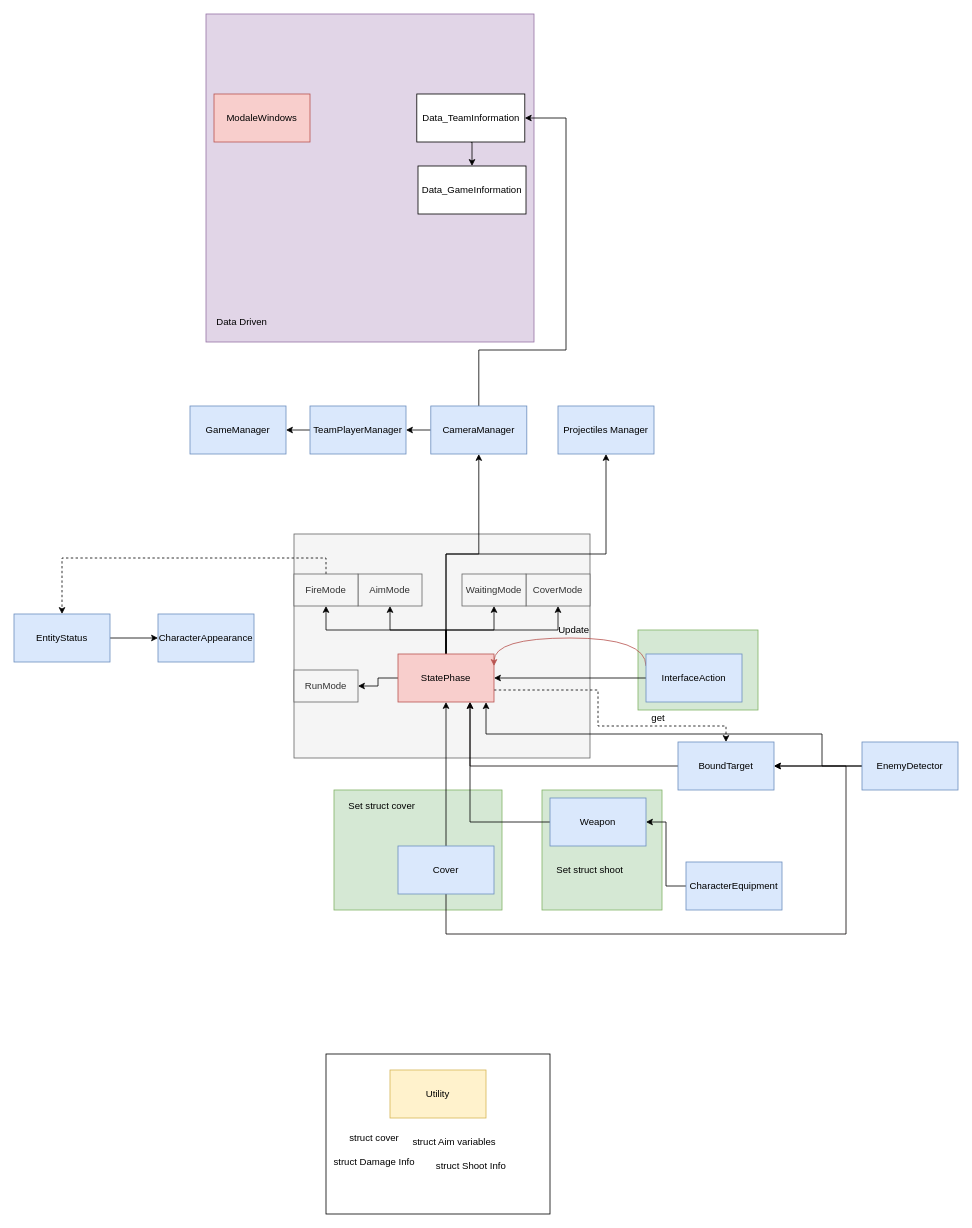
This is Draw io/Cover and Fire programing scheme.drawio from ludoxe/Cover-and-Fire, a draw.io file, before an edit. Source tidied: cells renumbered, new cells numbered last; positions are measured from the earlier drawing's top-left corner, leaving out a move shared by most shapes. Both pictures are drawn from the tidied source at 80%, with x=0, y=0 at pixel (14, 14).
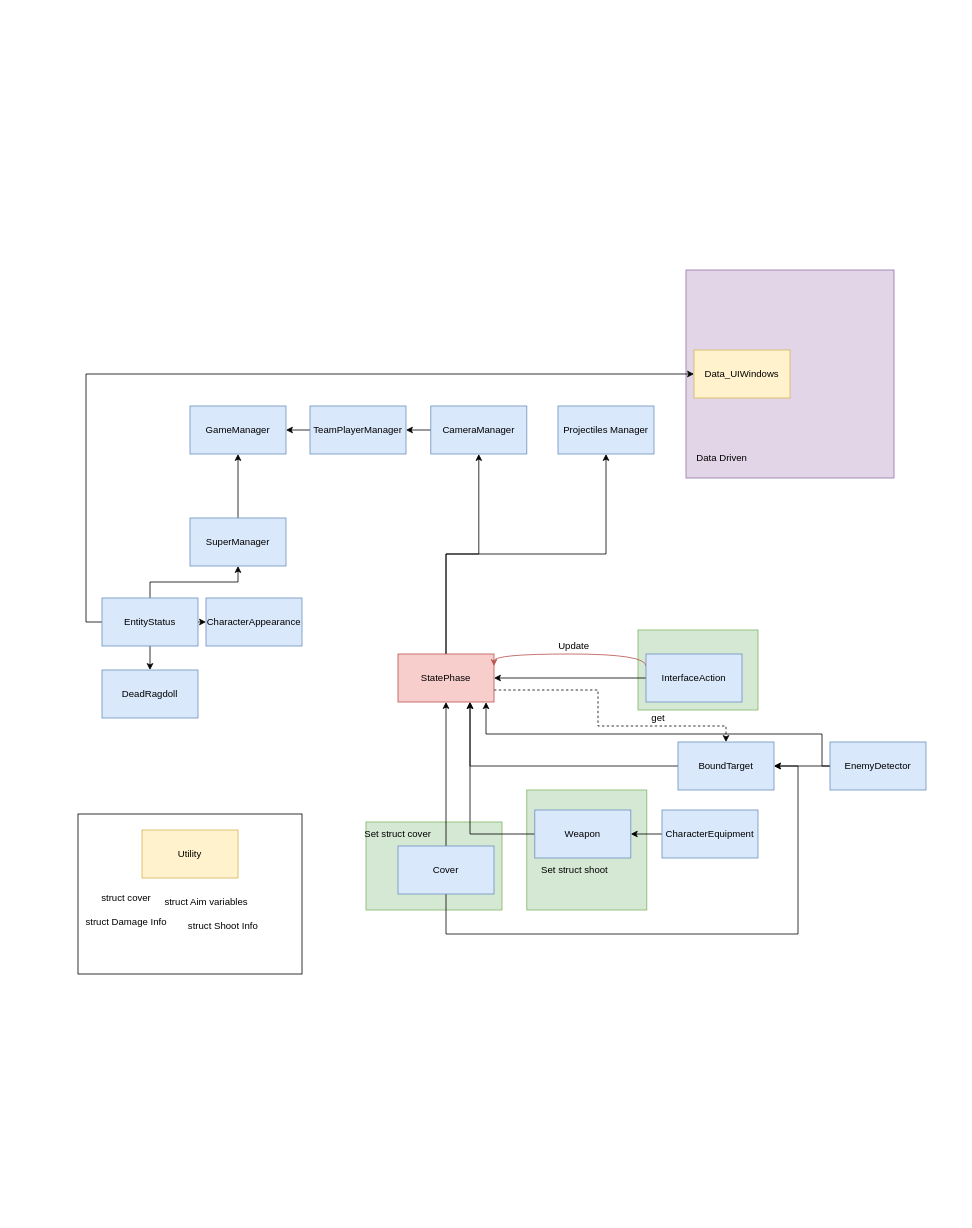
The same diagram, later.

The change refers to these unchanged cells:
```xml
<mxCell id="15" value="StatePhase" style="rounded=0;whiteSpace=wrap;html=1;fillColor=#f8cecc;strokeColor=#b85450;" parent="1" vertex="1">
  <mxGeometry x="480" y="800" width="120" height="60" as="geometry" />
</mxCell>
<mxCell id="18" value="Cover" style="rounded=0;whiteSpace=wrap;html=1;fillColor=#dae8fc;strokeColor=#6c8ebf;" parent="1" vertex="1">
  <mxGeometry x="480" y="1040" width="120" height="60" as="geometry" />
</mxCell>
<mxCell id="21" value="InterfaceAction" style="rounded=0;whiteSpace=wrap;html=1;fillColor=#dae8fc;strokeColor=#6c8ebf;" parent="1" vertex="1">
  <mxGeometry x="790" y="800" width="120" height="60" as="geometry" />
</mxCell>
<mxCell id="38" value="BoundTarget" style="whiteSpace=wrap;html=1;fillColor=#dae8fc;strokeColor=#6c8ebf;" parent="1" vertex="1">
  <mxGeometry x="830" y="910" width="120" height="60" as="geometry" />
</mxCell>
<mxCell id="49" value="GameManager" style="whiteSpace=wrap;html=1;fillColor=#dae8fc;strokeColor=#6c8ebf;" parent="1" vertex="1">
  <mxGeometry x="220" y="490" width="120" height="60" as="geometry" />
</mxCell>
<mxCell id="55" value="CameraManager" style="whiteSpace=wrap;html=1;fillColor=#dae8fc;strokeColor=#6c8ebf;" parent="1" vertex="1">
  <mxGeometry x="521" y="490" width="120" height="60" as="geometry" />
</mxCell>
```

The edit, as a diff of the source:
```diff
@@
     <mxCell id="2" style="whiteSpace=wrap;html=1;fillColor=#e1d5e7;strokeColor=#9673a6;" parent="1" vertex="1">
-      <mxGeometry x="240" width="410" height="410" as="geometry" />
+      <mxGeometry x="840" y="320" width="260" height="260" as="geometry" />
     </mxCell>
     <mxCell id="3" style="whiteSpace=wrap;html=1;fillColor=#d5e8d4;strokeColor=#82b366;" parent="1" vertex="1">
-      <mxGeometry x="660" y="970" width="150" height="150" as="geometry" />
+      <mxGeometry x="641" y="970" width="150" height="150" as="geometry" />
     </mxCell>
@@
     <mxCell id="5" style="rounded=0;whiteSpace=wrap;html=1;fillColor=#d5e8d4;strokeColor=#82b366;" parent="1" vertex="1">
-      <mxGeometry x="400" y="970" width="210" height="150" as="geometry" />
+      <mxGeometry x="440" y="1010" width="170" height="110" as="geometry" />
     </mxCell>
-    <mxCell id="6" style="rounded=0;whiteSpace=wrap;html=1;fillColor=#f5f5f5;fontColor=#333333;strokeColor=#666666;" parent="1" vertex="1">
-      <mxGeometry x="350" y="650" width="370" height="280" as="geometry" />
-    </mxCell>
-    <mxCell id="7" style="edgeStyle=orthogonalEdgeStyle;rounded=0;jettySize=auto;html=1;exitX=0.5;exitY=0;exitDx=0;exitDy=0;entryX=0.5;entryY=1;entryDx=0;entryDy=0;" parent="1" edge="1" source="15" target="22">
-      <mxGeometry relative="1" as="geometry" />
-    </mxCell>
-    <mxCell id="8" style="edgeStyle=orthogonalEdgeStyle;rounded=0;jettySize=auto;html=1;exitX=0.5;exitY=0;exitDx=0;exitDy=0;entryX=0.5;entryY=1;entryDx=0;entryDy=0;" parent="1" edge="1" source="15" target="24">
-      <mxGeometry relative="1" as="geometry" />
-    </mxCell>
-    <mxCell id="9" style="edgeStyle=orthogonalEdgeStyle;rounded=0;jettySize=auto;html=1;exitX=0.5;exitY=0;exitDx=0;exitDy=0;entryX=0.5;entryY=1;entryDx=0;entryDy=0;" parent="1" edge="1" source="15" target="28">
-      <mxGeometry relative="1" as="geometry" />
-    </mxCell>
-    <mxCell id="10" style="edgeStyle=orthogonalEdgeStyle;rounded=0;jettySize=auto;html=1;exitX=0.5;exitY=0;exitDx=0;exitDy=0;entryX=0.5;entryY=1;entryDx=0;entryDy=0;" parent="1" edge="1" source="15" target="39">
-      <mxGeometry relative="1" as="geometry" />
-    </mxCell>
@@
-    <mxCell id="12" style="edgeStyle=orthogonalEdgeStyle;rounded=0;jettySize=auto;html=1;entryX=1;entryY=0.5;entryDx=0;entryDy=0;" parent="1" edge="1" source="15" target="56">
-      <mxGeometry relative="1" as="geometry" />
-    </mxCell>
@@
     <mxCell id="17" style="edgeStyle=orthogonalEdgeStyle;rounded=0;jettySize=auto;html=1;exitX=0.5;exitY=1;exitDx=0;exitDy=0;entryX=1;entryY=0.5;entryDx=0;entryDy=0;strokeColor=#080303;" parent="1" edge="1" source="18" target="38">
       <mxGeometry relative="1" as="geometry">
         <Array as="points">
           <mxPoint x="540" y="1150" />
-          <mxPoint x="1040" y="1150" />
-          <mxPoint x="1040" y="940" />
+          <mxPoint x="980" y="1150" />
+          <mxPoint x="980" y="940" />
         </Array>
       </mxGeometry>
     </mxCell>
@@
     <mxCell id="20" style="edgeStyle=orthogonalEdgeStyle;jettySize=auto;html=1;exitX=0;exitY=0.25;exitDx=0;exitDy=0;entryX=1;entryY=0.25;entryDx=0;entryDy=0;strokeColor=#b85450;curved=1;fillColor=#f8cecc;" parent="1" edge="1" source="21" target="15">
       <mxGeometry relative="1" as="geometry">
         <Array as="points">
-          <mxPoint x="790" y="780" />
-          <mxPoint x="600" y="780" />
+          <mxPoint x="790" y="800" />
+          <mxPoint x="600" y="800" />
         </Array>
       </mxGeometry>
     </mxCell>
@@
-    <mxCell id="22" value="AimMode" style="rounded=0;whiteSpace=wrap;html=1;fillColor=#f5f5f5;strokeColor=#666666;fontColor=#333333;" parent="1" vertex="1">
-      <mxGeometry x="430" y="700" width="80" height="40" as="geometry" />
-    </mxCell>
-    <mxCell id="23" style="edgeStyle=orthogonalEdgeStyle;rounded=0;jettySize=auto;html=1;exitX=0.5;exitY=0;exitDx=0;exitDy=0;dashed=1;entryX=0.5;entryY=0;entryDx=0;entryDy=0;" parent="1" edge="1" source="24" target="42">
-      <mxGeometry relative="1" as="geometry" />
-    </mxCell>
-    <mxCell id="24" value="FireMode" style="rounded=0;whiteSpace=wrap;html=1;fillColor=#f5f5f5;strokeColor=#666666;fontColor=#333333;" parent="1" vertex="1">
-      <mxGeometry x="350" y="700" width="80" height="40" as="geometry" />
-    </mxCell>
     <mxCell id="25" value="Update" style="text;html=1;strokeColor=none;fillColor=none;align=center;verticalAlign=middle;whiteSpace=wrap;rounded=0;" parent="1" vertex="1">
-      <mxGeometry x="680" y="760" width="40" height="20" as="geometry" />
+      <mxGeometry x="680" y="780" width="40" height="20" as="geometry" />
     </mxCell>
     <mxCell id="26" value="Set struct cover" style="text;html=1;strokeColor=none;fillColor=none;align=center;verticalAlign=middle;whiteSpace=wrap;rounded=0;" parent="1" vertex="1">
-      <mxGeometry x="410" y="980" width="100" height="20" as="geometry" />
+      <mxGeometry x="430" y="1015" width="100" height="20" as="geometry" />
     </mxCell>
@@
-    <mxCell id="28" value="CoverMode" style="whiteSpace=wrap;html=1;fillColor=#f5f5f5;strokeColor=#666666;fontColor=#333333;" parent="1" vertex="1">
-      <mxGeometry x="640" y="700" width="80" height="40" as="geometry" />
-    </mxCell>
@@
     <mxCell id="30" value="CharacterEquipment" style="whiteSpace=wrap;html=1;fillColor=#dae8fc;strokeColor=#6c8ebf;" parent="1" vertex="1">
-      <mxGeometry x="840" y="1060" width="120" height="60" as="geometry" />
+      <mxGeometry x="810" y="995" width="120" height="60" as="geometry" />
     </mxCell>
     <mxCell id="31" value="Weapon" style="rounded=0;whiteSpace=wrap;html=1;fillColor=#dae8fc;strokeColor=#6c8ebf;" parent="1" vertex="1">
-      <mxGeometry x="670" y="980" width="120" height="60" as="geometry" />
+      <mxGeometry x="651" y="995" width="120" height="60" as="geometry" />
     </mxCell>
     <mxCell id="32" value="Set struct shoot" style="text;html=1;strokeColor=none;fillColor=none;align=center;verticalAlign=middle;whiteSpace=wrap;rounded=0;" parent="1" vertex="1">
-      <mxGeometry x="670" y="1060" width="100" height="20" as="geometry" />
+      <mxGeometry x="651" y="1060" width="100" height="20" as="geometry" />
     </mxCell>
@@
     <mxCell id="35" value="EnemyDetector" style="whiteSpace=wrap;html=1;fillColor=#dae8fc;strokeColor=#6c8ebf;" parent="1" vertex="1">
-      <mxGeometry x="1060" y="910" width="120" height="60" as="geometry" />
+      <mxGeometry x="1020" y="910" width="120" height="60" as="geometry" />
     </mxCell>
@@
-    <mxCell id="39" value="WaitingMode" style="whiteSpace=wrap;html=1;fillColor=#f5f5f5;strokeColor=#666666;fontColor=#333333;" parent="1" vertex="1">
-      <mxGeometry x="560" y="700" width="80" height="40" as="geometry" />
-    </mxCell>
@@
+    <mxCell id="63" style="edgeStyle=orthogonalEdgeStyle;rounded=0;jettySize=auto;html=1;exitX=0;exitY=0.5;exitDx=0;exitDy=0;entryX=0;entryY=0.5;entryDx=0;entryDy=0;" parent="1" edge="1" source="42" target="59">
+      <mxGeometry relative="1" as="geometry" />
+    </mxCell>
+    <mxCell id="64" style="edgeStyle=orthogonalEdgeStyle;rounded=0;jettySize=auto;html=1;exitX=0.5;exitY=1;exitDx=0;exitDy=0;entryX=0.5;entryY=0;entryDx=0;entryDy=0;" parent="1" edge="1" source="42" target="66">
+      <mxGeometry relative="1" as="geometry" />
+    </mxCell>
+    <mxCell id="65" style="edgeStyle=orthogonalEdgeStyle;rounded=0;jettySize=auto;html=1;exitX=0.5;exitY=0;exitDx=0;exitDy=0;entryX=0.5;entryY=1;entryDx=0;entryDy=0;" parent="1" edge="1" source="42" target="68">
+      <mxGeometry relative="1" as="geometry" />
+    </mxCell>
     <mxCell id="42" value="EntityStatus" style="rounded=0;whiteSpace=wrap;html=1;fillColor=#dae8fc;strokeColor=#6c8ebf;" parent="1" vertex="1">
-      <mxGeometry y="750" width="120" height="60" as="geometry" />
+      <mxGeometry x="110" y="730" width="120" height="60" as="geometry" />
     </mxCell>
     <mxCell id="43" style="rounded=0;whiteSpace=wrap;html=1;" parent="1" vertex="1">
-      <mxGeometry x="390" y="1300" width="280" height="200" as="geometry" />
+      <mxGeometry x="80" y="1000" width="280" height="200" as="geometry" />
     </mxCell>
     <mxCell id="44" value="Utility" style="whiteSpace=wrap;html=1;fillColor=#fff2cc;strokeColor=#d6b656;" parent="1" vertex="1">
-      <mxGeometry x="470" y="1320" width="120" height="60" as="geometry" />
+      <mxGeometry x="160" y="1020" width="120" height="60" as="geometry" />
     </mxCell>
     <mxCell id="45" value="struct cover" style="text;html=1;align=center;verticalAlign=middle;strokeColor=none;fillColor=none;" parent="1" vertex="1">
-      <mxGeometry x="410" y="1395" width="80" height="20" as="geometry" />
+      <mxGeometry x="100" y="1095" width="80" height="20" as="geometry" />
     </mxCell>
     <mxCell id="46" value="struct Aim variables" style="text;html=1;align=center;verticalAlign=middle;strokeColor=none;fillColor=none;" parent="1" vertex="1">
-      <mxGeometry x="490" y="1400" width="120" height="20" as="geometry" />
+      <mxGeometry x="180" y="1100" width="120" height="20" as="geometry" />
     </mxCell>
     <mxCell id="47" value="struct Damage Info" style="text;html=1;align=center;verticalAlign=middle;strokeColor=none;fillColor=none;" parent="1" vertex="1">
-      <mxGeometry x="390" y="1425" width="120" height="20" as="geometry" />
+      <mxGeometry x="80" y="1125" width="120" height="20" as="geometry" />
     </mxCell>
     <mxCell id="48" value="struct Shoot Info" style="text;html=1;align=center;verticalAlign=middle;strokeColor=none;fillColor=none;" parent="1" vertex="1">
-      <mxGeometry x="521" y="1430" width="100" height="20" as="geometry" />
+      <mxGeometry x="211" y="1130" width="100" height="20" as="geometry" />
     </mxCell>
@@
     <mxCell id="50" value="CharacterAppearance" style="whiteSpace=wrap;html=1;fillColor=#dae8fc;strokeColor=#6c8ebf;" parent="1" vertex="1">
-      <mxGeometry x="180" y="750" width="120" height="60" as="geometry" />
+      <mxGeometry x="240" y="730" width="120" height="60" as="geometry" />
     </mxCell>
@@
-    <mxCell id="53" style="edgeStyle=orthogonalEdgeStyle;rounded=0;jettySize=auto;html=1;exitX=0.5;exitY=0;exitDx=0;exitDy=0;entryX=1;entryY=0.5;entryDx=0;entryDy=0;" parent="1" edge="1" source="55" target="61">
-      <mxGeometry relative="1" as="geometry">
-        <Array as="points">
-          <mxPoint x="581" y="420" />
-          <mxPoint x="690" y="420" />
-          <mxPoint x="690" y="130" />
-        </Array>
-      </mxGeometry>
-    </mxCell>
@@
-    <mxCell id="56" value="RunMode" style="rounded=0;whiteSpace=wrap;html=1;fillColor=#f5f5f5;strokeColor=#666666;fontColor=#333333;" parent="1" vertex="1">
-      <mxGeometry x="350" y="820" width="80" height="40" as="geometry" />
-    </mxCell>
@@
     <mxCell id="58" value="Data Driven" style="text;html=1;strokeColor=none;fillColor=none;align=center;verticalAlign=middle;whiteSpace=wrap;rounded=0;" parent="1" vertex="1">
-      <mxGeometry x="250" y="370" width="70" height="30" as="geometry" />
+      <mxGeometry x="850" y="540" width="70" height="30" as="geometry" />
     </mxCell>
-    <mxCell id="59" value="ModaleWindows" style="rounded=0;whiteSpace=wrap;html=1;fillColor=#f8cecc;strokeColor=#b85450;" parent="1" vertex="1">
-      <mxGeometry x="250" y="100" width="120" height="60" as="geometry" />
+    <mxCell id="59" value="Data_UIWindows" style="rounded=0;whiteSpace=wrap;html=1;fillColor=#fff2cc;strokeColor=#d6b656;" parent="1" vertex="1">
+      <mxGeometry x="850" y="420" width="120" height="60" as="geometry" />
     </mxCell>
-    <mxCell id="60" style="edgeStyle=orthogonalEdgeStyle;rounded=0;jettySize=auto;html=1;exitX=0.5;exitY=1;exitDx=0;exitDy=0;entryX=0.5;entryY=0;entryDx=0;entryDy=0;" parent="1" edge="1" source="61" target="62">
-      <mxGeometry relative="1" as="geometry" />
-    </mxCell>
-    <mxCell id="61" value="Data_TeamInformation" style="whiteSpace=wrap;html=1;" parent="1" vertex="1">
-      <mxGeometry x="503.5" y="100" width="135" height="60" as="geometry" />
-    </mxCell>
-    <mxCell id="62" value="Data_GameInformation" style="whiteSpace=wrap;html=1;" parent="1" vertex="1">
-      <mxGeometry x="505" y="190" width="135" height="60" as="geometry" />
-    </mxCell>
+    <mxCell id="66" value="DeadRagdoll" style="whiteSpace=wrap;html=1;fillColor=#dae8fc;strokeColor=#6c8ebf;" parent="1" vertex="1">
+      <mxGeometry x="110" y="820" width="120" height="60" as="geometry" />
+    </mxCell>
+    <mxCell id="67" style="edgeStyle=orthogonalEdgeStyle;rounded=0;jettySize=auto;html=1;exitX=0.5;exitY=0;exitDx=0;exitDy=0;entryX=0.5;entryY=1;entryDx=0;entryDy=0;" parent="1" edge="1" source="68" target="49">
+      <mxGeometry relative="1" as="geometry" />
+    </mxCell>
+    <mxCell id="68" value="SuperManager" style="rounded=0;whiteSpace=wrap;html=1;fillColor=#dae8fc;strokeColor=#6c8ebf;" parent="1" vertex="1">
+      <mxGeometry x="220" y="630" width="120" height="60" as="geometry" />
+    </mxCell>
```
